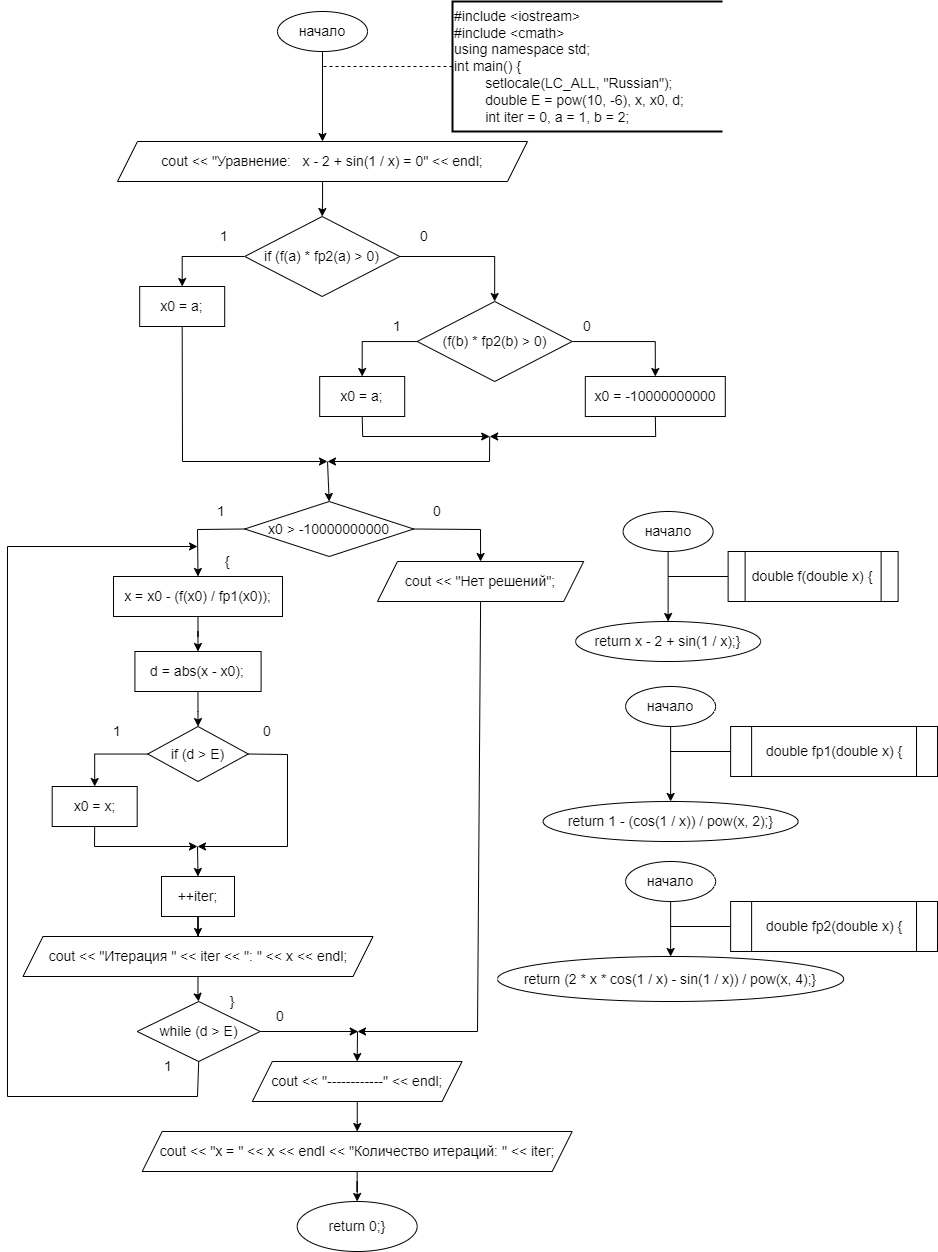
Before: Newton.drawio.png, a diagram exported from draw.io (SonyAkb/Methods). Source tidied: cells renumbered, new cells last; positions are measured from the earlier drawing's top-left corner, leaving out a move shared by most shapes.
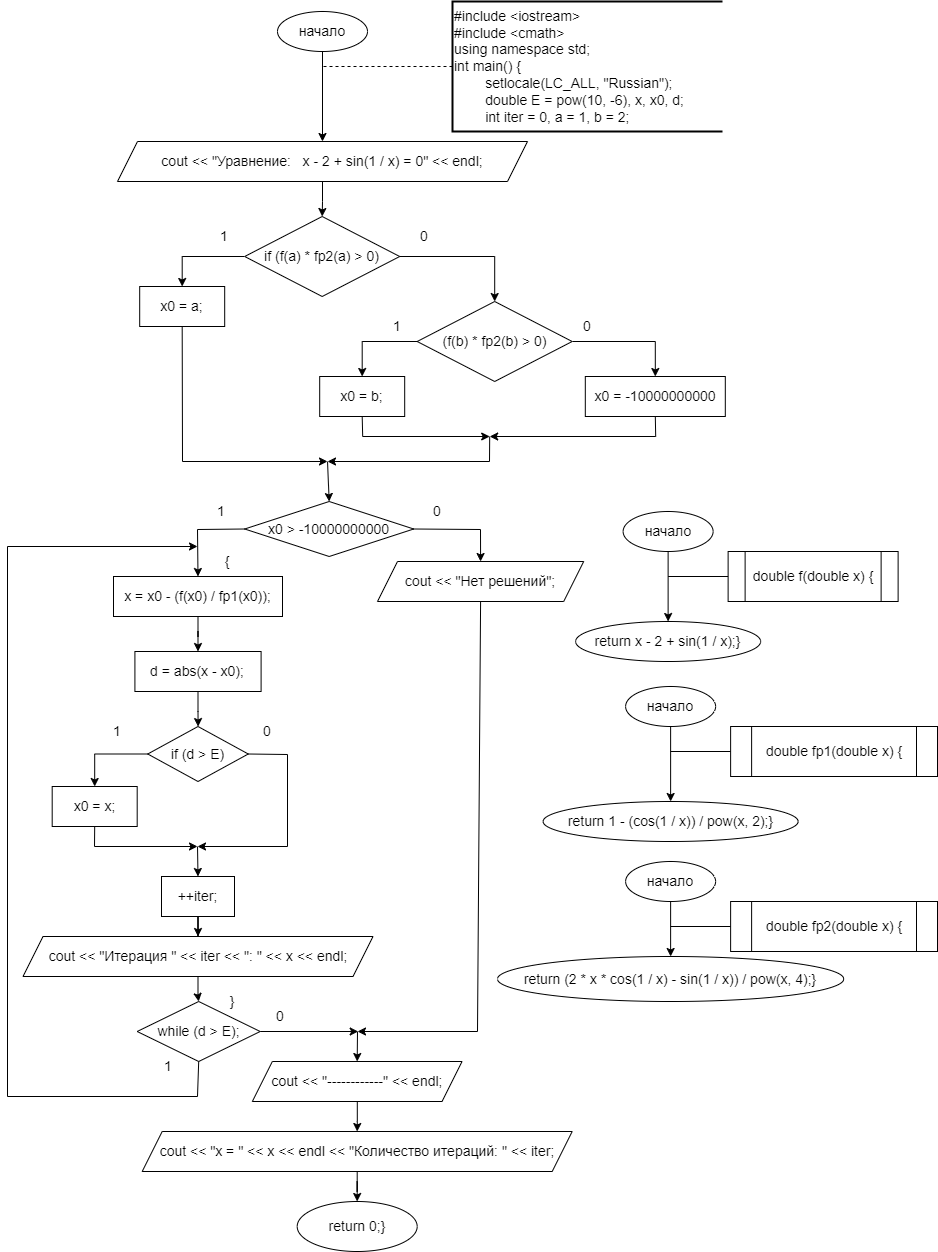
Later version of the same file.

The edit, as a diff of the source:
```diff
@@ -109,7 +109,7 @@
     <mxCell id="34" value="(f(b) * fp2(b) &amp;gt; 0)" style="rhombus;whiteSpace=wrap;html=1;fontSize=14;" parent="1" vertex="1">
       <mxGeometry x="409.7" y="300" width="155" height="80" as="geometry" />
     </mxCell>
-    <mxCell id="35" value="x0 = a;" style="rounded=0;whiteSpace=wrap;html=1;fontSize=14;" parent="1" vertex="1">
+    <mxCell id="35" value="x0 = b;" style="rounded=0;whiteSpace=wrap;html=1;fontSize=14;" parent="1" vertex="1">
       <mxGeometry x="312.2" y="375" width="85" height="40" as="geometry" />
     </mxCell>
     <mxCell id="36" value="x0 = -10000000000" style="rounded=0;whiteSpace=wrap;html=1;fontSize=14;" parent="1" vertex="1">
@@ -228,7 +228,7 @@
     <mxCell id="61" value="0" style="text;html=1;strokeColor=none;fillColor=none;align=center;verticalAlign=middle;whiteSpace=wrap;rounded=0;fontSize=14;" parent="1" vertex="1">
       <mxGeometry x="239.7" y="715" width="40" height="30" as="geometry" />
     </mxCell>
-    <mxCell id="62" value="while (d &amp;gt; E)" style="rhombus;whiteSpace=wrap;html=1;fontSize=14;" parent="1" vertex="1">
+    <mxCell id="62" value="while (d &amp;gt; E);" style="rhombus;whiteSpace=wrap;html=1;fontSize=14;" parent="1" vertex="1">
       <mxGeometry x="129.7" y="1000" width="123" height="60" as="geometry" />
     </mxCell>
     <mxCell id="63" style="endArrow=classic;html=1;rounded=0;exitX=0.5;exitY=1;exitDx=0;exitDy=0;" parent="1" edge="1" source="62">
```
